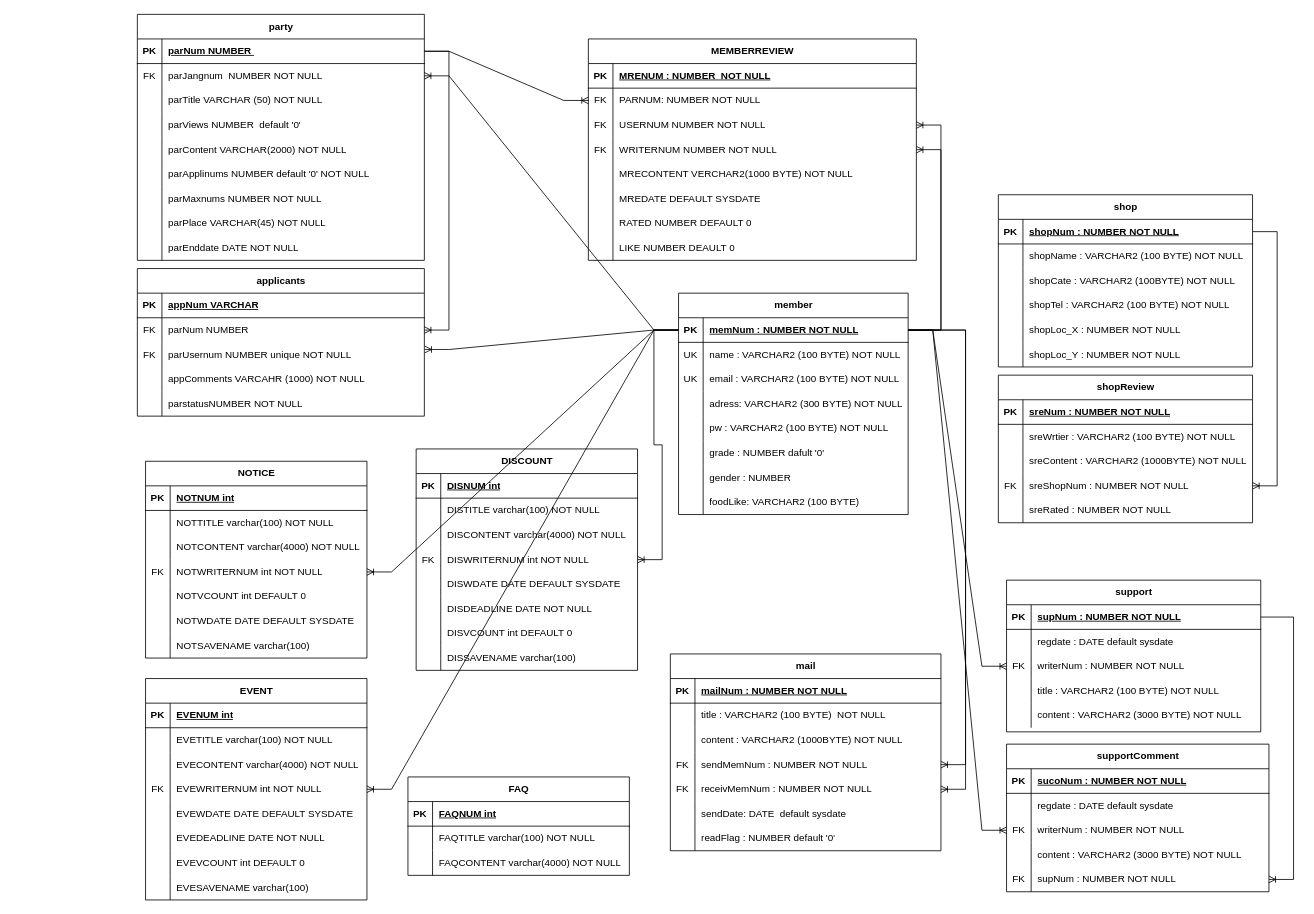
Earlier version of the draw.io diagram ERD 다이어그램.drawio (korno1/hotplace). Source tidied: cells renumbered, new cells numbered last; positions are measured from the earlier drawing's top-left corner, leaving out a move shared by most shapes. Both pictures are drawn from the tidied source at 82%, with x=0, y=0 at pixel (14, -6).
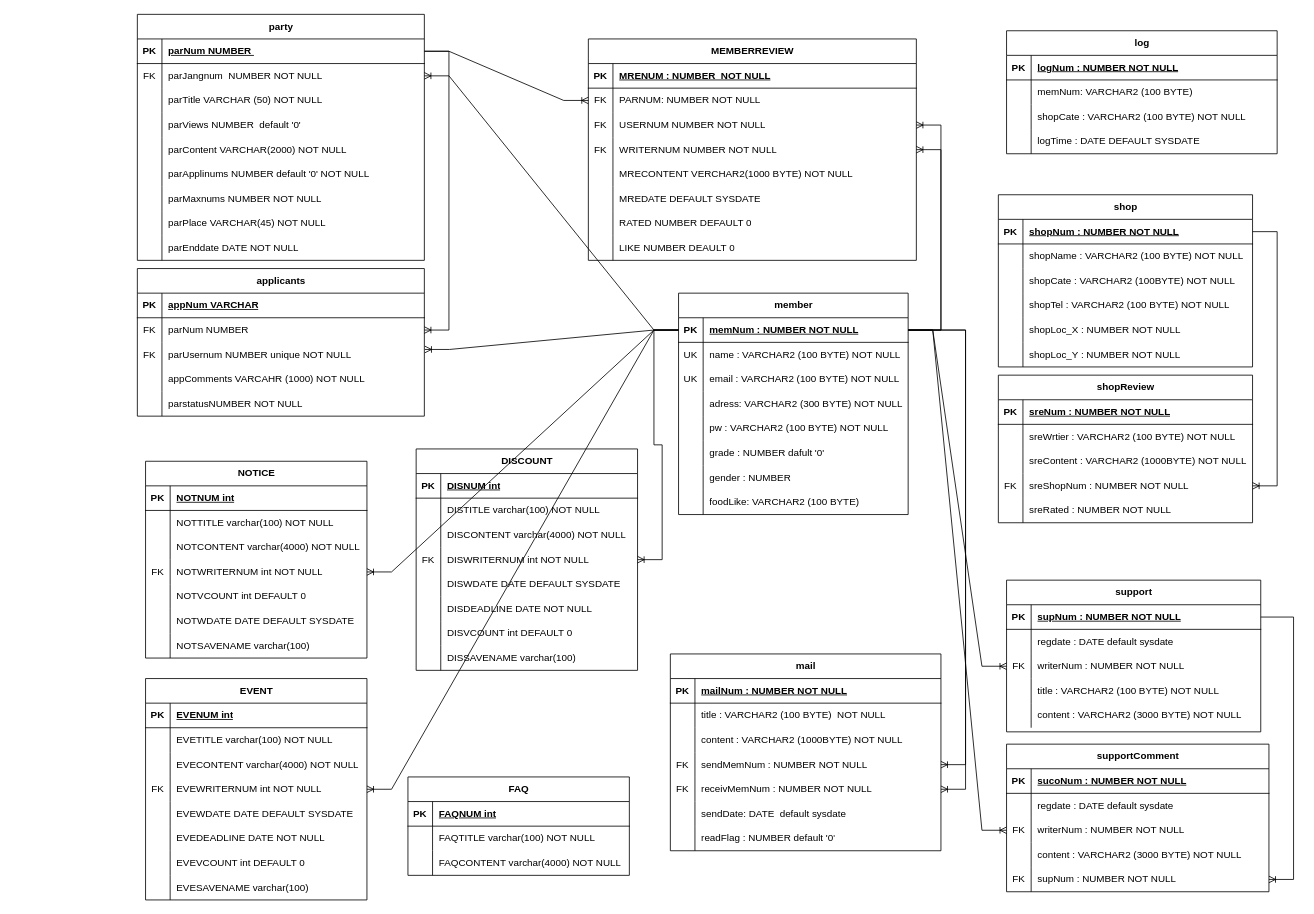
The same diagram, later.

Commit message:
ERD 다이어그램.drawio 업데이트

The edit, as a diff of the source:
```diff
@@
+    <mxCell id="294" value="log" style="shape=table;startSize=30;childLayout=tableLayout;rowLines=0;fontStyle=1;align=center;html=1;strokeColor=default;swimlaneFillColor=default;" parent="1" vertex="1">
+      <mxGeometry x="1210" y="44" width="330" height="150" as="geometry" />
+    </mxCell>
+    <mxCell id="295" style="shape=tableRow;horizontal=0;startSize=0;swimlaneHead=0;swimlaneBody=0;fillColor=none;top=0;left=0;right=0;bottom=1;strokeColor=default;swimlaneFillColor=default;" parent="294" vertex="1">
+      <mxGeometry y="30" width="330" height="30" as="geometry" />
+    </mxCell>
+    <mxCell id="296" value="PK" style="shape=partialRectangle;fillColor=none;top=0;left=0;bottom=0;right=0;fontStyle=1;overflow=hidden;whiteSpace=wrap;html=1;strokeColor=default;swimlaneFillColor=default;" parent="295" vertex="1">
+      <mxGeometry width="30" height="30" as="geometry" />
+    </mxCell>
+    <mxCell id="297" value="logNum : NUMBER NOT NULL" style="shape=partialRectangle;fillColor=none;top=0;left=0;bottom=0;right=0;align=left;spacingLeft=6;fontStyle=5;overflow=hidden;whiteSpace=wrap;html=1;strokeColor=default;swimlaneFillColor=default;" parent="295" vertex="1">
+      <mxGeometry x="30" width="300" height="30" as="geometry" />
+    </mxCell>
+    <mxCell id="298" style="shape=tableRow;horizontal=0;startSize=0;swimlaneHead=0;swimlaneBody=0;fillColor=none;top=0;left=0;right=0;bottom=0;strokeColor=default;swimlaneFillColor=default;" parent="294" vertex="1">
+      <mxGeometry y="60" width="330" height="30" as="geometry" />
+    </mxCell>
+    <mxCell id="299" style="shape=partialRectangle;fillColor=none;top=0;left=0;bottom=0;right=0;overflow=hidden;whiteSpace=wrap;html=1;strokeColor=default;swimlaneFillColor=default;" parent="298" vertex="1">
+      <mxGeometry width="30" height="30" as="geometry" />
+    </mxCell>
+    <mxCell id="300" value="memNum: VARCHAR2 (100 BYTE)" style="shape=partialRectangle;fillColor=none;top=0;left=0;bottom=0;right=0;align=left;spacingLeft=6;overflow=hidden;whiteSpace=wrap;html=1;strokeColor=default;swimlaneFillColor=default;" parent="298" vertex="1">
+      <mxGeometry x="30" width="300" height="30" as="geometry" />
+    </mxCell>
+    <mxCell id="301" style="shape=tableRow;horizontal=0;startSize=0;swimlaneHead=0;swimlaneBody=0;fillColor=none;top=0;left=0;right=0;bottom=0;strokeColor=default;swimlaneFillColor=default;" parent="294" vertex="1">
+      <mxGeometry y="90" width="330" height="30" as="geometry" />
+    </mxCell>
+    <mxCell id="302" style="shape=partialRectangle;fillColor=none;top=0;left=0;bottom=0;right=0;overflow=hidden;whiteSpace=wrap;html=1;strokeColor=default;swimlaneFillColor=default;" parent="301" vertex="1">
+      <mxGeometry width="30" height="30" as="geometry" />
+    </mxCell>
+    <mxCell id="303" value="shopCate : VARCHAR2 (100 BYTE) NOT NULL" style="shape=partialRectangle;fillColor=none;top=0;left=0;bottom=0;right=0;align=left;spacingLeft=6;overflow=hidden;whiteSpace=wrap;html=1;strokeColor=default;swimlaneFillColor=default;" parent="301" vertex="1">
+      <mxGeometry x="30" width="300" height="30" as="geometry" />
+    </mxCell>
+    <mxCell id="304" style="shape=tableRow;horizontal=0;startSize=0;swimlaneHead=0;swimlaneBody=0;fillColor=none;top=0;left=0;right=0;bottom=0;strokeColor=default;swimlaneFillColor=default;" parent="294" vertex="1">
+      <mxGeometry y="120" width="330" height="30" as="geometry" />
+    </mxCell>
+    <mxCell id="305" style="shape=partialRectangle;fillColor=none;top=0;left=0;bottom=0;right=0;overflow=hidden;whiteSpace=wrap;html=1;strokeColor=default;swimlaneFillColor=default;" parent="304" vertex="1">
+      <mxGeometry width="30" height="30" as="geometry" />
+    </mxCell>
+    <mxCell id="306" value="logTime : DATE DEFAULT SYSDATE" style="shape=partialRectangle;fillColor=none;top=0;left=0;bottom=0;right=0;align=left;spacingLeft=6;overflow=hidden;whiteSpace=wrap;html=1;strokeColor=default;swimlaneFillColor=default;" parent="304" vertex="1">
+      <mxGeometry x="30" width="300" height="30" as="geometry" />
+    </mxCell>
```
